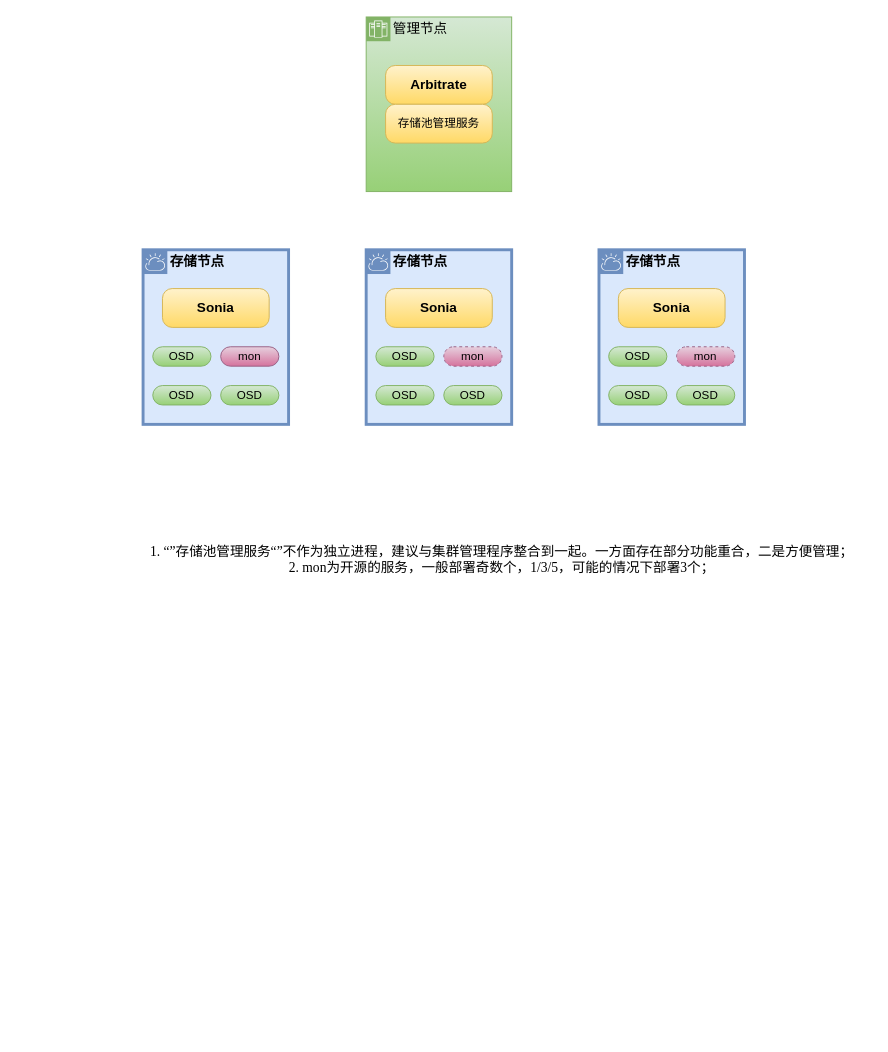
This is architech_7.drawio from snowolfhawk/ceph-scripts, a draw.io file, before an edit. Source tidied: cells renumbered, new cells numbered last; positions are measured from the earlier drawing's top-left corner, leaving out a move shared by most shapes. Both pictures are drawn from the tidied source at 97%, with x=0, y=0 at pixel (133, 16).
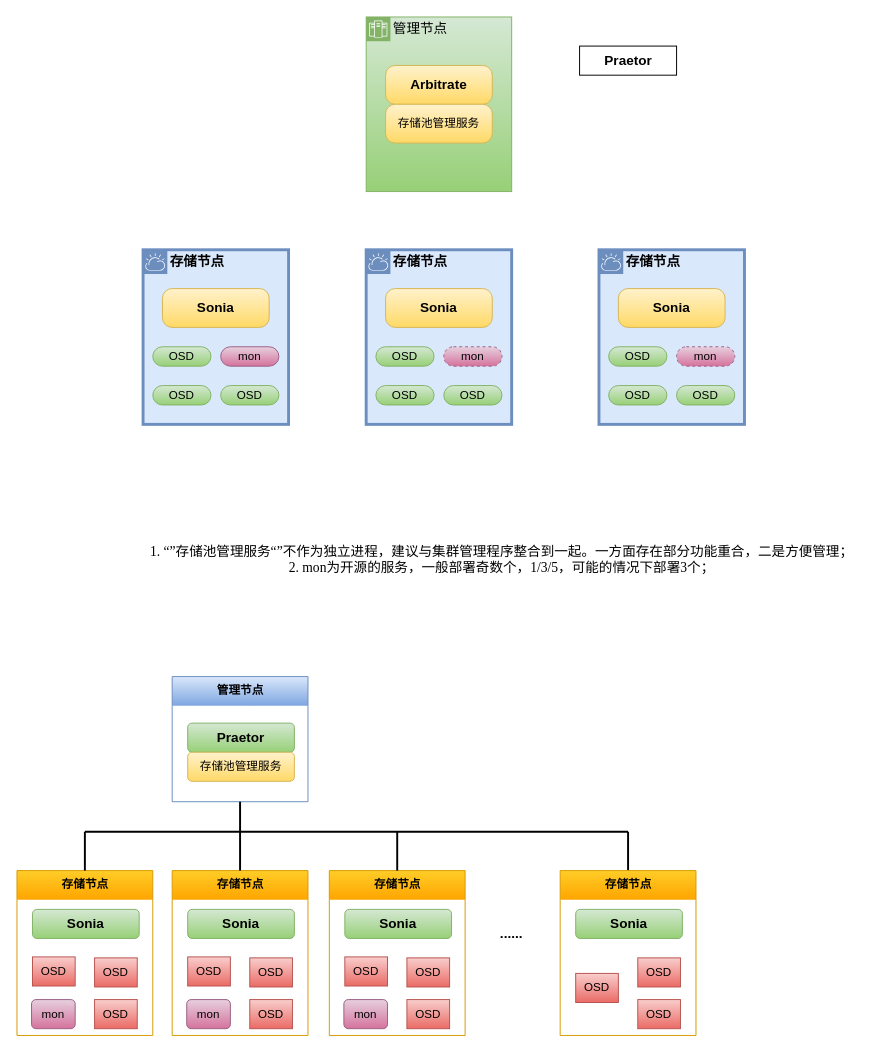
The same page after the edit.

Change to the diagram source:
```diff
@@
+    <mxCell id="24" value="&lt;b style=&quot;font-size: 14px&quot;&gt;Praetor&lt;/b&gt;" style="html=1;align=center;verticalAlign=middle;" parent="1" vertex="1">
+      <mxGeometry width="100" height="30" relative="1" as="geometry">
+        <mxPoint x="460" y="30" as="offset" />
+      </mxGeometry>
+    </mxCell>
+    <mxCell id="25" style="group;" parent="1" vertex="1">
+      <mxGeometry x="-120" y="680" width="700" height="370" as="geometry" />
+    </mxCell>
+    <mxCell id="26" value="管理节点" style="swimlane;fontStyle=1;align=center;verticalAlign=top;horizontal=1;startSize=30;html=1;rounded=0;arcSize=50;fillColor=#dae8fc;strokeColor=#6c8ebf;gradientColor=#7ea6e0;shadow=0;sketch=0;glass=0;swimlaneLine=0;" parent="25" vertex="1">
+      <mxGeometry x="160" width="140" height="129" as="geometry" />
+    </mxCell>
+    <mxCell id="27" value="&lt;b style=&quot;font-size: 14px&quot;&gt;Praetor&lt;/b&gt;" style="rounded=1;whiteSpace=wrap;html=1;fillColor=#d5e8d4;gradientColor=#97d077;strokeColor=#82b366;" parent="25" vertex="1">
+      <mxGeometry x="176" y="48" width="110" height="30" as="geometry" />
+    </mxCell>
+    <mxCell id="28" value="存储池管理服务" style="rounded=1;whiteSpace=wrap;html=1;fillColor=#fff2cc;gradientColor=#ffd966;strokeColor=#d6b656;" parent="25" vertex="1">
+      <mxGeometry x="176" y="78" width="110" height="30" as="geometry" />
+    </mxCell>
+    <mxCell id="29" value="存储节点" style="swimlane;fontStyle=1;align=center;verticalAlign=top;horizontal=1;startSize=30;html=1;rounded=0;arcSize=50;fillColor=#ffcd28;strokeColor=#d79b00;gradientColor=#ffa500;shadow=0;sketch=0;glass=0;swimlaneLine=0;" parent="25" vertex="1">
+      <mxGeometry y="200" width="140" height="170" as="geometry" />
+    </mxCell>
+    <mxCell id="30" value="&lt;b style=&quot;font-size: 14px&quot;&gt;Sonia&lt;/b&gt;" style="rounded=1;whiteSpace=wrap;html=1;fillColor=#d5e8d4;gradientColor=#97d077;strokeColor=#82b366;" parent="25" vertex="1">
+      <mxGeometry x="16" y="240" width="110" height="30" as="geometry" />
+    </mxCell>
+    <mxCell id="31" value="OSD" style="rounded=1;whiteSpace=wrap;html=1;fillColor=#f8cecc;gradientColor=#ea6b66;strokeColor=#b85450;arcSize=0;" parent="25" vertex="1">
+      <mxGeometry x="16" y="289" width="44" height="30" as="geometry" />
+    </mxCell>
+    <mxCell id="32" value="mon" style="rounded=1;whiteSpace=wrap;html=1;fillColor=#e6d0de;gradientColor=#d5739d;strokeColor=#996185;" parent="25" vertex="1">
+      <mxGeometry x="15" y="333" width="45" height="30" as="geometry" />
+    </mxCell>
+    <mxCell id="33" value="OSD" style="rounded=1;whiteSpace=wrap;html=1;fillColor=#f8cecc;gradientColor=#ea6b66;strokeColor=#b85450;arcSize=0;" parent="25" vertex="1">
+      <mxGeometry x="80" y="290" width="44" height="30" as="geometry" />
+    </mxCell>
+    <mxCell id="34" value="OSD" style="rounded=1;whiteSpace=wrap;html=1;fillColor=#f8cecc;gradientColor=#ea6b66;strokeColor=#b85450;arcSize=0;" parent="25" vertex="1">
+      <mxGeometry x="80" y="333" width="44" height="30" as="geometry" />
+    </mxCell>
+    <mxCell id="35" value="存储节点" style="swimlane;fontStyle=1;align=center;verticalAlign=top;horizontal=1;startSize=30;html=1;rounded=0;arcSize=50;fillColor=#ffcd28;strokeColor=#d79b00;gradientColor=#ffa500;shadow=0;sketch=0;glass=0;swimlaneLine=0;" parent="25" vertex="1">
+      <mxGeometry x="160" y="200" width="140" height="170" as="geometry" />
+    </mxCell>
+    <mxCell id="36" value="&lt;b style=&quot;font-size: 14px&quot;&gt;Sonia&lt;/b&gt;" style="rounded=1;whiteSpace=wrap;html=1;fillColor=#d5e8d4;gradientColor=#97d077;strokeColor=#82b366;" parent="25" vertex="1">
+      <mxGeometry x="176" y="240" width="110" height="30" as="geometry" />
+    </mxCell>
+    <mxCell id="37" value="OSD" style="rounded=1;whiteSpace=wrap;html=1;fillColor=#f8cecc;gradientColor=#ea6b66;strokeColor=#b85450;arcSize=0;" parent="25" vertex="1">
+      <mxGeometry x="176" y="289" width="44" height="30" as="geometry" />
+    </mxCell>
+    <mxCell id="38" value="mon" style="rounded=1;whiteSpace=wrap;html=1;fillColor=#e6d0de;gradientColor=#d5739d;strokeColor=#996185;" parent="25" vertex="1">
+      <mxGeometry x="175" y="333" width="45" height="30" as="geometry" />
+    </mxCell>
+    <mxCell id="39" value="OSD" style="rounded=1;whiteSpace=wrap;html=1;fillColor=#f8cecc;gradientColor=#ea6b66;strokeColor=#b85450;arcSize=0;" parent="25" vertex="1">
+      <mxGeometry x="240" y="290" width="44" height="30" as="geometry" />
+    </mxCell>
+    <mxCell id="40" value="OSD" style="rounded=1;whiteSpace=wrap;html=1;fillColor=#f8cecc;gradientColor=#ea6b66;strokeColor=#b85450;arcSize=0;" parent="25" vertex="1">
+      <mxGeometry x="240" y="333" width="44" height="30" as="geometry" />
+    </mxCell>
+    <mxCell id="41" value="存储节点" style="swimlane;fontStyle=1;align=center;verticalAlign=top;horizontal=1;startSize=30;html=1;rounded=0;arcSize=50;fillColor=#ffcd28;strokeColor=#d79b00;gradientColor=#ffa500;shadow=0;sketch=0;glass=0;swimlaneLine=0;" parent="25" vertex="1">
+      <mxGeometry x="322" y="200" width="140" height="170" as="geometry" />
+    </mxCell>
+    <mxCell id="42" value="&lt;b style=&quot;font-size: 14px&quot;&gt;Sonia&lt;/b&gt;" style="rounded=1;whiteSpace=wrap;html=1;fillColor=#d5e8d4;gradientColor=#97d077;strokeColor=#82b366;" parent="25" vertex="1">
+      <mxGeometry x="338" y="240" width="110" height="30" as="geometry" />
+    </mxCell>
+    <mxCell id="43" value="OSD" style="rounded=1;whiteSpace=wrap;html=1;fillColor=#f8cecc;gradientColor=#ea6b66;strokeColor=#b85450;arcSize=0;" parent="25" vertex="1">
+      <mxGeometry x="338" y="289" width="44" height="30" as="geometry" />
+    </mxCell>
+    <mxCell id="44" value="mon" style="rounded=1;whiteSpace=wrap;html=1;fillColor=#e6d0de;gradientColor=#d5739d;strokeColor=#996185;" parent="25" vertex="1">
+      <mxGeometry x="337" y="333" width="45" height="30" as="geometry" />
+    </mxCell>
+    <mxCell id="45" value="OSD" style="rounded=1;whiteSpace=wrap;html=1;fillColor=#f8cecc;gradientColor=#ea6b66;strokeColor=#b85450;arcSize=0;" parent="25" vertex="1">
+      <mxGeometry x="402" y="290" width="44" height="30" as="geometry" />
+    </mxCell>
+    <mxCell id="46" value="OSD" style="rounded=1;whiteSpace=wrap;html=1;fillColor=#f8cecc;gradientColor=#ea6b66;strokeColor=#b85450;arcSize=0;" parent="25" vertex="1">
+      <mxGeometry x="402" y="333" width="44" height="30" as="geometry" />
+    </mxCell>
+    <mxCell id="47" style="endArrow=none;html=1;rounded=0;strokeWidth=2;" parent="25" edge="1">
+      <mxGeometry relative="1" as="geometry">
+        <mxPoint x="70" y="160" as="sourcePoint" />
+        <mxPoint x="630" y="160" as="targetPoint" />
+      </mxGeometry>
+    </mxCell>
+    <mxCell id="48" style="endArrow=none;html=1;rounded=0;strokeWidth=2;exitX=0.5;exitY=0;exitDx=0;exitDy=0;" parent="25" edge="1" source="29">
+      <mxGeometry relative="1" as="geometry">
+        <mxPoint x="70" y="160" as="targetPoint" />
+      </mxGeometry>
+    </mxCell>
+    <mxCell id="49" style="endArrow=none;html=1;rounded=0;strokeWidth=2;entryX=0.5;entryY=1;entryDx=0;entryDy=0;exitX=0.5;exitY=0;exitDx=0;exitDy=0;" parent="25" edge="1" source="35" target="26">
+      <mxGeometry relative="1" as="geometry" />
+    </mxCell>
+    <mxCell id="50" style="endArrow=none;html=1;rounded=0;strokeWidth=2;entryX=0.5;entryY=0;entryDx=0;entryDy=0;" parent="25" edge="1" target="41">
+      <mxGeometry relative="1" as="geometry">
+        <mxPoint x="392" y="160" as="sourcePoint" />
+      </mxGeometry>
+    </mxCell>
+    <mxCell id="51" value="&lt;font style=&quot;font-size: 14px&quot;&gt;&lt;b&gt;......&lt;/b&gt;&lt;/font&gt;" style="text;html=1;strokeColor=none;fillColor=none;align=center;verticalAlign=middle;whiteSpace=wrap;rounded=0;shadow=0;glass=0;sketch=0;" parent="25" vertex="1">
+      <mxGeometry x="480" y="250" width="60" height="30" as="geometry" />
+    </mxCell>
+    <mxCell id="52" style="endArrow=none;html=1;rounded=0;fontSize=14;strokeWidth=2;exitX=0.5;exitY=0;exitDx=0;exitDy=0;" parent="25" edge="1" source="53">
+      <mxGeometry relative="1" as="geometry">
+        <mxPoint x="630" y="160" as="targetPoint" />
+      </mxGeometry>
+    </mxCell>
+    <mxCell id="53" value="存储节点" style="swimlane;fontStyle=1;align=center;verticalAlign=top;horizontal=1;startSize=30;html=1;rounded=0;arcSize=50;fillColor=#ffcd28;strokeColor=#d79b00;gradientColor=#ffa500;shadow=0;sketch=0;glass=0;swimlaneLine=0;" parent="25" vertex="1">
+      <mxGeometry x="560" y="200" width="140" height="170" as="geometry" />
+    </mxCell>
+    <mxCell id="54" value="&lt;b style=&quot;font-size: 14px&quot;&gt;Sonia&lt;/b&gt;" style="rounded=1;whiteSpace=wrap;html=1;fillColor=#d5e8d4;gradientColor=#97d077;strokeColor=#82b366;" parent="25" vertex="1">
+      <mxGeometry x="576" y="240" width="110" height="30" as="geometry" />
+    </mxCell>
+    <mxCell id="55" value="OSD" style="rounded=1;whiteSpace=wrap;html=1;fillColor=#f8cecc;gradientColor=#ea6b66;strokeColor=#b85450;arcSize=0;" parent="25" vertex="1">
+      <mxGeometry x="576" y="306" width="44" height="30" as="geometry" />
+    </mxCell>
+    <mxCell id="56" value="OSD" style="rounded=1;whiteSpace=wrap;html=1;fillColor=#f8cecc;gradientColor=#ea6b66;strokeColor=#b85450;arcSize=0;" parent="25" vertex="1">
+      <mxGeometry x="640" y="290" width="44" height="30" as="geometry" />
+    </mxCell>
+    <mxCell id="57" value="OSD" style="rounded=1;whiteSpace=wrap;html=1;fillColor=#f8cecc;gradientColor=#ea6b66;strokeColor=#b85450;arcSize=0;" parent="25" vertex="1">
+      <mxGeometry x="640" y="333" width="44" height="30" as="geometry" />
+    </mxCell>
```
